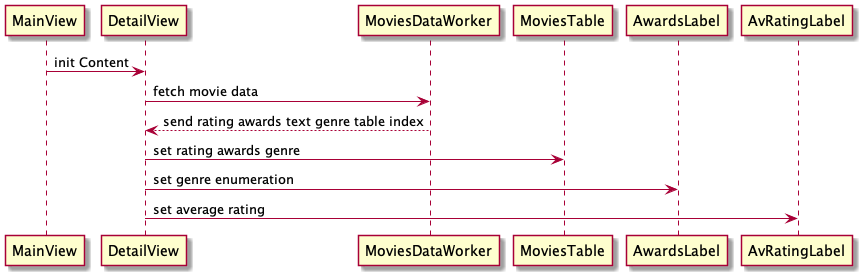
This is Document/movies-data-worker-sequence.png from snakept/imdb_software_actors, a PlantUML export, as it was before one commit.
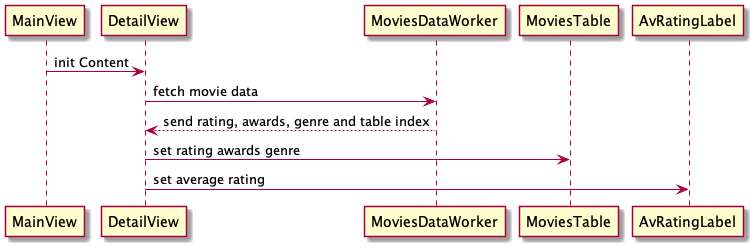
Later version of the same file.

The edit, as a diff of the source:
```diff
@@ -2,9 +2,8 @@
 
 MainView -> DetailView: init Content
 DetailView -> MoviesDataWorker: fetch movie data
-MoviesDataWorker --> DetailView: send rating awards text genre table index
+MoviesDataWorker --> DetailView: send rating, awards, genre and table index
 DetailView -> MoviesTable: set rating awards genre
-DetailView -> AwardsLabel: set genre enumeration
 DetailView -> AvRatingLabel: set average rating
 
 @enduml
```
